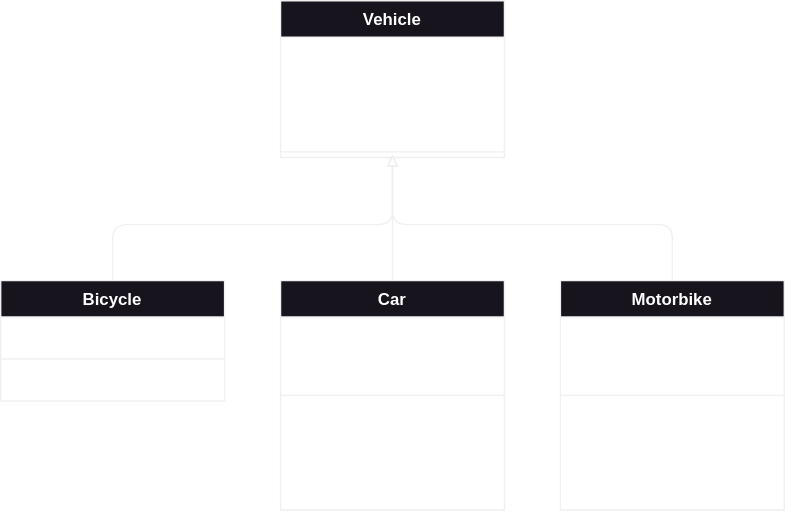
ChewbaccaCookie/dhbw-ma-programmieren-1-sourcecode keeps this draw.io diagram as tasks/src/inheritance_theory_vehicles/solution.drawio.svg. Above is the earlier version. Source tidied: cells renumbered, new cells last; positions are measured from the earlier drawing's top-left corner, leaving out a move shared by most shapes. The source it was exported from:
```xml
<mxGraphModel>
  <root>
    <mxCell id="0" />
    <mxCell id="1" parent="0" />
    <mxCell id="2" value="Vehicle" style="swimlane;fontStyle=1;align=center;verticalAlign=top;horizontal=1;startSize=26;fontColor=#FFFFFF;fillColor=#18141D;strokeColor=#F0F0F0;" parent="1" vertex="1">
      <mxGeometry x="200" width="160" height="112" as="geometry" />
    </mxCell>
    <mxCell id="3" value="# manufacturer: String" style="text;strokeColor=none;fillColor=none;align=left;verticalAlign=top;spacingLeft=4;spacingRight=4;overflow=hidden;fontColor=#FFFFFF;" parent="2" vertex="1">
      <mxGeometry y="26" width="160" height="26" as="geometry" />
    </mxCell>
    <mxCell id="4" value="# model: String" style="text;strokeColor=none;fillColor=none;align=left;verticalAlign=top;spacingLeft=4;spacingRight=4;overflow=hidden;fontColor=#FFFFFF;" parent="2" vertex="1">
      <mxGeometry y="52" width="160" height="26" as="geometry" />
    </mxCell>
    <mxCell id="5" value="# year: int" style="text;strokeColor=none;fillColor=none;align=left;verticalAlign=top;spacingLeft=4;spacingRight=4;overflow=hidden;fontColor=#FFFFFF;" parent="2" vertex="1">
      <mxGeometry y="78" width="160" height="26" as="geometry" />
    </mxCell>
    <mxCell id="6" style="line;strokeWidth=1;fillColor=none;align=left;verticalAlign=middle;spacingTop=-1;spacingLeft=3;spacingRight=3;labelPosition=right;strokeColor=inherit;fontColor=#FFFFFF;" parent="2" vertex="1">
      <mxGeometry y="104" width="160" height="8" as="geometry" />
    </mxCell>
    <mxCell id="7" value="Bicycle" style="swimlane;fontStyle=1;align=center;verticalAlign=top;horizontal=1;startSize=26;fontColor=#FFFFFF;fillColor=#18141D;strokeColor=#F0F0F0;" parent="1" vertex="1">
      <mxGeometry y="200" width="160" height="86" as="geometry" />
    </mxCell>
    <mxCell id="8" value="# numGears: int" style="text;strokeColor=none;fillColor=none;align=left;verticalAlign=top;spacingLeft=4;spacingRight=4;overflow=hidden;fontColor=#FFFFFF;" parent="7" vertex="1">
      <mxGeometry y="26" width="160" height="26" as="geometry" />
    </mxCell>
    <mxCell id="9" style="line;strokeWidth=1;fillColor=none;align=left;verticalAlign=middle;spacingTop=-1;spacingLeft=3;spacingRight=3;labelPosition=right;strokeColor=inherit;fontColor=#FFFFFF;" parent="7" vertex="1">
      <mxGeometry y="52" width="160" height="8" as="geometry" />
    </mxCell>
    <mxCell id="10" value="+ pedal(): void" style="text;strokeColor=none;fillColor=none;align=left;verticalAlign=top;spacingLeft=4;spacingRight=4;overflow=hidden;fontColor=#FFFFFF;" parent="7" vertex="1">
      <mxGeometry y="60" width="160" height="26" as="geometry" />
    </mxCell>
    <mxCell id="11" value="Car" style="swimlane;fontStyle=1;align=center;verticalAlign=top;horizontal=1;startSize=26;fontColor=#FFFFFF;fillColor=#18141D;strokeColor=#F0F0F0;" parent="1" vertex="1">
      <mxGeometry x="200" y="200" width="160" height="164" as="geometry" />
    </mxCell>
    <mxCell id="12" value="# numDoors: int" style="text;strokeColor=none;fillColor=none;align=left;verticalAlign=top;spacingLeft=4;spacingRight=4;overflow=hidden;fontColor=#FFFFFF;" parent="11" vertex="1">
      <mxGeometry y="26" width="160" height="26" as="geometry" />
    </mxCell>
    <mxCell id="13" value="# fuelType: String" style="text;strokeColor=none;fillColor=none;align=left;verticalAlign=top;spacingLeft=4;spacingRight=4;overflow=hidden;fontColor=#FFFFFF;" parent="11" vertex="1">
      <mxGeometry y="52" width="160" height="26" as="geometry" />
    </mxCell>
    <mxCell id="14" style="line;strokeWidth=1;fillColor=none;align=left;verticalAlign=middle;spacingTop=-1;spacingLeft=3;spacingRight=3;labelPosition=right;strokeColor=inherit;fontColor=#FFFFFF;" parent="11" vertex="1">
      <mxGeometry y="78" width="160" height="8" as="geometry" />
    </mxCell>
    <mxCell id="15" value="+ stopMotor(): void" style="text;strokeColor=none;fillColor=none;align=left;verticalAlign=top;spacingLeft=4;spacingRight=4;overflow=hidden;fontColor=#FFFFFF;" parent="11" vertex="1">
      <mxGeometry y="86" width="160" height="26" as="geometry" />
    </mxCell>
    <mxCell id="16" value="+ startMotor(): void" style="text;strokeColor=none;fillColor=none;align=left;verticalAlign=top;spacingLeft=4;spacingRight=4;overflow=hidden;fontColor=#FFFFFF;" parent="11" vertex="1">
      <mxGeometry y="112" width="160" height="26" as="geometry" />
    </mxCell>
    <mxCell id="17" value="+ accelerate(): void" style="text;strokeColor=none;fillColor=none;align=left;verticalAlign=top;spacingLeft=4;spacingRight=4;overflow=hidden;fontColor=#FFFFFF;" parent="11" vertex="1">
      <mxGeometry y="138" width="160" height="26" as="geometry" />
    </mxCell>
    <mxCell id="18" value="Motorbike" style="swimlane;fontStyle=1;align=center;verticalAlign=top;horizontal=1;startSize=26;fontColor=#FFFFFF;fillColor=#18141D;strokeColor=#F0F0F0;" parent="1" vertex="1">
      <mxGeometry x="400" y="200" width="160" height="164" as="geometry" />
    </mxCell>
    <mxCell id="19" value="# type: String" style="text;strokeColor=none;fillColor=none;align=left;verticalAlign=top;spacingLeft=4;spacingRight=4;overflow=hidden;fontColor=#FFFFFF;" parent="18" vertex="1">
      <mxGeometry y="26" width="160" height="26" as="geometry" />
    </mxCell>
    <mxCell id="20" value="# displacement: String" style="text;strokeColor=none;fillColor=none;align=left;verticalAlign=top;spacingLeft=4;spacingRight=4;overflow=hidden;fontColor=#FFFFFF;" parent="18" vertex="1">
      <mxGeometry y="52" width="160" height="26" as="geometry" />
    </mxCell>
    <mxCell id="21" style="line;strokeWidth=1;fillColor=none;align=left;verticalAlign=middle;spacingTop=-1;spacingLeft=3;spacingRight=3;labelPosition=right;strokeColor=inherit;fontColor=#FFFFFF;" parent="18" vertex="1">
      <mxGeometry y="78" width="160" height="8" as="geometry" />
    </mxCell>
    <mxCell id="22" value="+ stopMotor(): void" style="text;strokeColor=none;fillColor=none;align=left;verticalAlign=top;spacingLeft=4;spacingRight=4;overflow=hidden;fontColor=#FFFFFF;" parent="18" vertex="1">
      <mxGeometry y="86" width="160" height="26" as="geometry" />
    </mxCell>
    <mxCell id="23" value="+ accelerate(): void" style="text;strokeColor=none;fillColor=none;align=left;verticalAlign=top;spacingLeft=4;spacingRight=4;overflow=hidden;fontColor=#FFFFFF;" parent="18" vertex="1">
      <mxGeometry y="112" width="160" height="26" as="geometry" />
    </mxCell>
    <mxCell id="24" value="+ startMotor(): void" style="text;strokeColor=none;fillColor=none;align=left;verticalAlign=top;spacingLeft=4;spacingRight=4;overflow=hidden;fontColor=#FFFFFF;" parent="18" vertex="1">
      <mxGeometry y="138" width="160" height="26" as="geometry" />
    </mxCell>
    <mxCell id="25" style="endArrow=block;html=1;exitX=0.5;exitY=0;exitDx=0;exitDy=0;endFill=0;fontColor=#FFFFFF;strokeColor=#F0F0F0;" parent="1" edge="1" source="7">
      <mxGeometry relative="1" as="geometry">
        <mxPoint x="280" y="110" as="targetPoint" />
        <Array as="points">
          <mxPoint x="80" y="160" />
          <mxPoint x="280" y="160" />
        </Array>
      </mxGeometry>
    </mxCell>
    <mxCell id="26" style="endArrow=block;html=1;exitX=0.5;exitY=0;exitDx=0;exitDy=0;endFill=0;fontColor=#FFFFFF;strokeColor=#F0F0F0;" parent="1" edge="1" source="18">
      <mxGeometry relative="1" as="geometry">
        <mxPoint x="280" y="110" as="targetPoint" />
        <Array as="points">
          <mxPoint x="480" y="160" />
          <mxPoint x="280" y="160" />
        </Array>
      </mxGeometry>
    </mxCell>
    <mxCell id="27" style="endArrow=block;html=1;exitX=0.5;exitY=0;exitDx=0;exitDy=0;endFill=0;fontColor=#FFFFFF;strokeColor=#F0F0F0;" parent="1" edge="1" source="11">
      <mxGeometry relative="1" as="geometry">
        <mxPoint x="280" y="110" as="targetPoint" />
        <Array as="points">
          <mxPoint x="280" y="180" />
        </Array>
      </mxGeometry>
    </mxCell>
  </root>
</mxGraphModel>
```
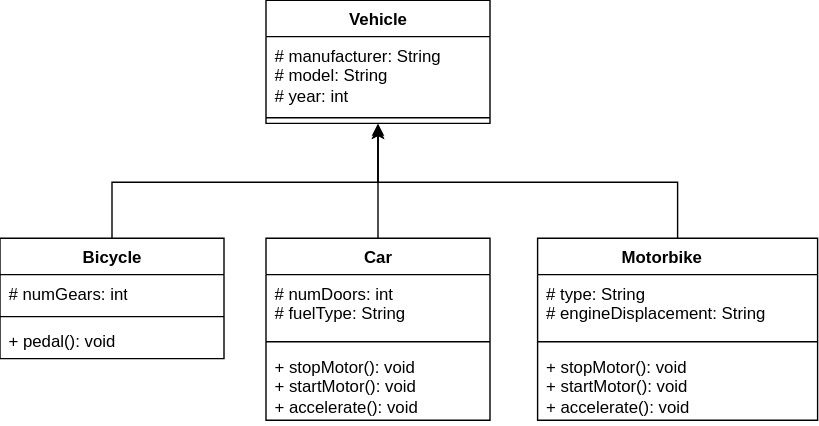
After the commit.

What changed in the source:
```diff
@@ -2,100 +2,72 @@
   <root>
     <mxCell id="0" />
     <mxCell id="1" parent="0" />
-    <mxCell id="2" value="Vehicle" style="swimlane;fontStyle=1;align=center;verticalAlign=top;horizontal=1;startSize=26;fontColor=#FFFFFF;fillColor=#18141D;strokeColor=#F0F0F0;" parent="1" vertex="1">
-      <mxGeometry x="200" width="160" height="112" as="geometry" />
+    <mxCell id="2" value="Vehicle" style="swimlane;fontStyle=1;align=center;verticalAlign=top;horizontal=1;startSize=26;whiteSpace=wrap;html=1;" parent="1" vertex="1">
+      <mxGeometry x="192" y="20" width="160" height="88" as="geometry" />
     </mxCell>
-    <mxCell id="3" value="# manufacturer: String" style="text;strokeColor=none;fillColor=none;align=left;verticalAlign=top;spacingLeft=4;spacingRight=4;overflow=hidden;fontColor=#FFFFFF;" parent="2" vertex="1">
-      <mxGeometry y="26" width="160" height="26" as="geometry" />
-    </mxCell>
-    <mxCell id="4" value="# model: String" style="text;strokeColor=none;fillColor=none;align=left;verticalAlign=top;spacingLeft=4;spacingRight=4;overflow=hidden;fontColor=#FFFFFF;" parent="2" vertex="1">
-      <mxGeometry y="52" width="160" height="26" as="geometry" />
-    </mxCell>
-    <mxCell id="5" value="# year: int" style="text;strokeColor=none;fillColor=none;align=left;verticalAlign=top;spacingLeft=4;spacingRight=4;overflow=hidden;fontColor=#FFFFFF;" parent="2" vertex="1">
-      <mxGeometry y="78" width="160" height="26" as="geometry" />
-    </mxCell>
-    <mxCell id="6" style="line;strokeWidth=1;fillColor=none;align=left;verticalAlign=middle;spacingTop=-1;spacingLeft=3;spacingRight=3;labelPosition=right;strokeColor=inherit;fontColor=#FFFFFF;" parent="2" vertex="1">
-      <mxGeometry y="104" width="160" height="8" as="geometry" />
-    </mxCell>
+    <mxCell id="28" value="# manufacturer: String&lt;div&gt;# model: String&lt;/div&gt;&lt;div&gt;# year: int&lt;/div&gt;&lt;div&gt;&lt;div&gt;&lt;br&gt;&lt;/div&gt;&lt;/div&gt;" style="text;strokeColor=none;fillColor=none;align=left;verticalAlign=top;spacingLeft=4;spacingRight=4;overflow=hidden;whiteSpace=wrap;html=1;" parent="2" vertex="1">
+      <mxGeometry y="26" width="160" height="54" as="geometry" />
+    </mxCell>
+    <mxCell id="29" style="line;strokeWidth=1;fillColor=none;align=left;verticalAlign=middle;spacingTop=-1;spacingLeft=3;spacingRight=3;labelPosition=right;strokeColor=inherit;" parent="2" vertex="1">
+      <mxGeometry y="80" width="160" height="8" as="geometry" />
+    </mxCell>
+    <mxCell id="30" style="edgeStyle=orthogonalEdgeStyle;rounded=0;jettySize=auto;html=1;entryX=0.5;entryY=1;entryDx=0;entryDy=0;" parent="1" edge="1" source="7" target="2">
+      <mxGeometry relative="1" as="geometry">
+        <Array as="points">
+          <mxPoint x="82" y="150" />
+          <mxPoint x="272" y="150" />
+        </Array>
+      </mxGeometry>
+    </mxCell>
-    <mxCell id="7" value="Bicycle" style="swimlane;fontStyle=1;align=center;verticalAlign=top;horizontal=1;startSize=26;fontColor=#FFFFFF;fillColor=#18141D;strokeColor=#F0F0F0;" parent="1" vertex="1">
-      <mxGeometry y="200" width="160" height="86" as="geometry" />
+    <mxCell id="7" value="Bicycle" style="swimlane;fontStyle=1;align=center;verticalAlign=top;horizontal=1;startSize=26;whiteSpace=wrap;html=1;" parent="1" vertex="1">
+      <mxGeometry x="2" y="190" width="160" height="86" as="geometry" />
     </mxCell>
-    <mxCell id="8" value="# numGears: int" style="text;strokeColor=none;fillColor=none;align=left;verticalAlign=top;spacingLeft=4;spacingRight=4;overflow=hidden;fontColor=#FFFFFF;" parent="7" vertex="1">
+    <mxCell id="8" value="# numGears: int" style="text;strokeColor=none;fillColor=none;align=left;verticalAlign=top;spacingLeft=4;spacingRight=4;overflow=hidden;whiteSpace=wrap;html=1;" parent="7" vertex="1">
       <mxGeometry y="26" width="160" height="26" as="geometry" />
     </mxCell>
-    <mxCell id="9" style="line;strokeWidth=1;fillColor=none;align=left;verticalAlign=middle;spacingTop=-1;spacingLeft=3;spacingRight=3;labelPosition=right;strokeColor=inherit;fontColor=#FFFFFF;" parent="7" vertex="1">
-      <mxGeometry y="52" width="160" height="8" as="geometry" />
-    </mxCell>
+    <mxCell id="31" style="line;strokeWidth=1;fillColor=none;align=left;verticalAlign=middle;spacingTop=-1;spacingLeft=3;spacingRight=3;labelPosition=right;strokeColor=inherit;" parent="7" vertex="1">
+      <mxGeometry y="52" width="160" height="8" as="geometry" />
+    </mxCell>
-    <mxCell id="10" value="+ pedal(): void" style="text;strokeColor=none;fillColor=none;align=left;verticalAlign=top;spacingLeft=4;spacingRight=4;overflow=hidden;fontColor=#FFFFFF;" parent="7" vertex="1">
+    <mxCell id="10" value="+ pedal(): void" style="text;strokeColor=none;fillColor=none;align=left;verticalAlign=top;spacingLeft=4;spacingRight=4;overflow=hidden;whiteSpace=wrap;html=1;" parent="7" vertex="1">
       <mxGeometry y="60" width="160" height="26" as="geometry" />
     </mxCell>
+    <mxCell id="32" style="edgeStyle=orthogonalEdgeStyle;rounded=0;jettySize=auto;html=1;" parent="1" edge="1" source="11">
+      <mxGeometry relative="1" as="geometry">
+        <mxPoint x="272" y="110" as="targetPoint" />
+      </mxGeometry>
+    </mxCell>
-    <mxCell id="11" value="Car" style="swimlane;fontStyle=1;align=center;verticalAlign=top;horizontal=1;startSize=26;fontColor=#FFFFFF;fillColor=#18141D;strokeColor=#F0F0F0;" parent="1" vertex="1">
-      <mxGeometry x="200" y="200" width="160" height="164" as="geometry" />
+    <mxCell id="11" value="Car" style="swimlane;fontStyle=1;align=center;verticalAlign=top;horizontal=1;startSize=26;whiteSpace=wrap;html=1;" parent="1" vertex="1">
+      <mxGeometry x="192" y="190" width="160" height="130" as="geometry" />
     </mxCell>
-    <mxCell id="12" value="# numDoors: int" style="text;strokeColor=none;fillColor=none;align=left;verticalAlign=top;spacingLeft=4;spacingRight=4;overflow=hidden;fontColor=#FFFFFF;" parent="11" vertex="1">
-      <mxGeometry y="26" width="160" height="26" as="geometry" />
-    </mxCell>
-    <mxCell id="13" value="# fuelType: String" style="text;strokeColor=none;fillColor=none;align=left;verticalAlign=top;spacingLeft=4;spacingRight=4;overflow=hidden;fontColor=#FFFFFF;" parent="11" vertex="1">
-      <mxGeometry y="52" width="160" height="26" as="geometry" />
-    </mxCell>
-    <mxCell id="14" style="line;strokeWidth=1;fillColor=none;align=left;verticalAlign=middle;spacingTop=-1;spacingLeft=3;spacingRight=3;labelPosition=right;strokeColor=inherit;fontColor=#FFFFFF;" parent="11" vertex="1">
-      <mxGeometry y="78" width="160" height="8" as="geometry" />
-    </mxCell>
-    <mxCell id="15" value="+ stopMotor(): void" style="text;strokeColor=none;fillColor=none;align=left;verticalAlign=top;spacingLeft=4;spacingRight=4;overflow=hidden;fontColor=#FFFFFF;" parent="11" vertex="1">
-      <mxGeometry y="86" width="160" height="26" as="geometry" />
-    </mxCell>
-    <mxCell id="16" value="+ startMotor(): void" style="text;strokeColor=none;fillColor=none;align=left;verticalAlign=top;spacingLeft=4;spacingRight=4;overflow=hidden;fontColor=#FFFFFF;" parent="11" vertex="1">
-      <mxGeometry y="112" width="160" height="26" as="geometry" />
-    </mxCell>
-    <mxCell id="17" value="+ accelerate(): void" style="text;strokeColor=none;fillColor=none;align=left;verticalAlign=top;spacingLeft=4;spacingRight=4;overflow=hidden;fontColor=#FFFFFF;" parent="11" vertex="1">
-      <mxGeometry y="138" width="160" height="26" as="geometry" />
-    </mxCell>
+    <mxCell id="33" value="# numDoors: int&lt;div&gt;# fuelType: String&lt;/div&gt;" style="text;strokeColor=none;fillColor=none;align=left;verticalAlign=top;spacingLeft=4;spacingRight=4;overflow=hidden;whiteSpace=wrap;html=1;" parent="11" vertex="1">
+      <mxGeometry y="26" width="160" height="44" as="geometry" />
+    </mxCell>
+    <mxCell id="34" style="line;strokeWidth=1;fillColor=none;align=left;verticalAlign=middle;spacingTop=-1;spacingLeft=3;spacingRight=3;labelPosition=right;strokeColor=inherit;" parent="11" vertex="1">
+      <mxGeometry y="70" width="160" height="8" as="geometry" />
+    </mxCell>
+    <mxCell id="35" value="+ stopMotor(): void&lt;div&gt;+ startMotor(): void&lt;/div&gt;&lt;div&gt;+ accelerate(): void&lt;/div&gt;" style="text;strokeColor=none;fillColor=none;align=left;verticalAlign=top;spacingLeft=4;spacingRight=4;overflow=hidden;whiteSpace=wrap;html=1;" parent="11" vertex="1">
+      <mxGeometry y="78" width="160" height="52" as="geometry" />
+    </mxCell>
+    <mxCell id="36" style="edgeStyle=orthogonalEdgeStyle;rounded=0;jettySize=auto;html=1;" parent="1" edge="1" source="18">
+      <mxGeometry relative="1" as="geometry">
+        <mxPoint x="272" y="110" as="targetPoint" />
+        <Array as="points">
+          <mxPoint x="486" y="150" />
+          <mxPoint x="272" y="150" />
+        </Array>
+      </mxGeometry>
+    </mxCell>
-    <mxCell id="18" value="Motorbike" style="swimlane;fontStyle=1;align=center;verticalAlign=top;horizontal=1;startSize=26;fontColor=#FFFFFF;fillColor=#18141D;strokeColor=#F0F0F0;" parent="1" vertex="1">
-      <mxGeometry x="400" y="200" width="160" height="164" as="geometry" />
+    <mxCell id="18" value="Motorbike&lt;span style=&quot;white-space: pre;&quot;&gt;&#9;&lt;/span&gt;" style="swimlane;fontStyle=1;align=center;verticalAlign=top;horizontal=1;startSize=26;whiteSpace=wrap;html=1;" parent="1" vertex="1">
+      <mxGeometry x="386" y="190" width="200" height="130" as="geometry" />
     </mxCell>
-    <mxCell id="19" value="# type: String" style="text;strokeColor=none;fillColor=none;align=left;verticalAlign=top;spacingLeft=4;spacingRight=4;overflow=hidden;fontColor=#FFFFFF;" parent="18" vertex="1">
-      <mxGeometry y="26" width="160" height="26" as="geometry" />
-    </mxCell>
-    <mxCell id="20" value="# displacement: String" style="text;strokeColor=none;fillColor=none;align=left;verticalAlign=top;spacingLeft=4;spacingRight=4;overflow=hidden;fontColor=#FFFFFF;" parent="18" vertex="1">
-      <mxGeometry y="52" width="160" height="26" as="geometry" />
-    </mxCell>
-    <mxCell id="21" style="line;strokeWidth=1;fillColor=none;align=left;verticalAlign=middle;spacingTop=-1;spacingLeft=3;spacingRight=3;labelPosition=right;strokeColor=inherit;fontColor=#FFFFFF;" parent="18" vertex="1">
-      <mxGeometry y="78" width="160" height="8" as="geometry" />
-    </mxCell>
-    <mxCell id="22" value="+ stopMotor(): void" style="text;strokeColor=none;fillColor=none;align=left;verticalAlign=top;spacingLeft=4;spacingRight=4;overflow=hidden;fontColor=#FFFFFF;" parent="18" vertex="1">
-      <mxGeometry y="86" width="160" height="26" as="geometry" />
-    </mxCell>
-    <mxCell id="23" value="+ accelerate(): void" style="text;strokeColor=none;fillColor=none;align=left;verticalAlign=top;spacingLeft=4;spacingRight=4;overflow=hidden;fontColor=#FFFFFF;" parent="18" vertex="1">
-      <mxGeometry y="112" width="160" height="26" as="geometry" />
-    </mxCell>
-    <mxCell id="24" value="+ startMotor(): void" style="text;strokeColor=none;fillColor=none;align=left;verticalAlign=top;spacingLeft=4;spacingRight=4;overflow=hidden;fontColor=#FFFFFF;" parent="18" vertex="1">
-      <mxGeometry y="138" width="160" height="26" as="geometry" />
-    </mxCell>
-    <mxCell id="25" style="endArrow=block;html=1;exitX=0.5;exitY=0;exitDx=0;exitDy=0;endFill=0;fontColor=#FFFFFF;strokeColor=#F0F0F0;" parent="1" edge="1" source="7">
-      <mxGeometry relative="1" as="geometry">
-        <mxPoint x="280" y="110" as="targetPoint" />
-        <Array as="points">
-          <mxPoint x="80" y="160" />
-          <mxPoint x="280" y="160" />
-        </Array>
-      </mxGeometry>
-    </mxCell>
-    <mxCell id="26" style="endArrow=block;html=1;exitX=0.5;exitY=0;exitDx=0;exitDy=0;endFill=0;fontColor=#FFFFFF;strokeColor=#F0F0F0;" parent="1" edge="1" source="18">
-      <mxGeometry relative="1" as="geometry">
-        <mxPoint x="280" y="110" as="targetPoint" />
-        <Array as="points">
-          <mxPoint x="480" y="160" />
-          <mxPoint x="280" y="160" />
-        </Array>
-      </mxGeometry>
-    </mxCell>
-    <mxCell id="27" style="endArrow=block;html=1;exitX=0.5;exitY=0;exitDx=0;exitDy=0;endFill=0;fontColor=#FFFFFF;strokeColor=#F0F0F0;" parent="1" edge="1" source="11">
-      <mxGeometry relative="1" as="geometry">
-        <mxPoint x="280" y="110" as="targetPoint" />
-        <Array as="points">
-          <mxPoint x="280" y="180" />
-        </Array>
-      </mxGeometry>
-    </mxCell>
+    <mxCell id="37" value="# type: String&lt;div&gt;&lt;span style=&quot;background-color: transparent; color: light-dark(rgb(0, 0, 0), rgb(255, 255, 255));&quot;&gt;# engineDisplacement: String&lt;/span&gt;&lt;/div&gt;" style="text;strokeColor=none;fillColor=none;align=left;verticalAlign=top;spacingLeft=4;spacingRight=4;overflow=hidden;whiteSpace=wrap;html=1;" parent="18" vertex="1">
+      <mxGeometry y="26" width="200" height="44" as="geometry" />
+    </mxCell>
+    <mxCell id="38" style="line;strokeWidth=1;fillColor=none;align=left;verticalAlign=middle;spacingTop=-1;spacingLeft=3;spacingRight=3;labelPosition=right;strokeColor=inherit;" parent="18" vertex="1">
+      <mxGeometry y="70" width="200" height="8" as="geometry" />
+    </mxCell>
+    <mxCell id="39" value="+ stopMotor(): void&lt;div&gt;+ startMotor(): void&lt;/div&gt;&lt;div&gt;+ accelerate(): void&lt;/div&gt;" style="text;strokeColor=none;fillColor=none;align=left;verticalAlign=top;spacingLeft=4;spacingRight=4;overflow=hidden;whiteSpace=wrap;html=1;" parent="18" vertex="1">
+      <mxGeometry y="78" width="200" height="52" as="geometry" />
+    </mxCell>
   </root>
 </mxGraphModel>
```
